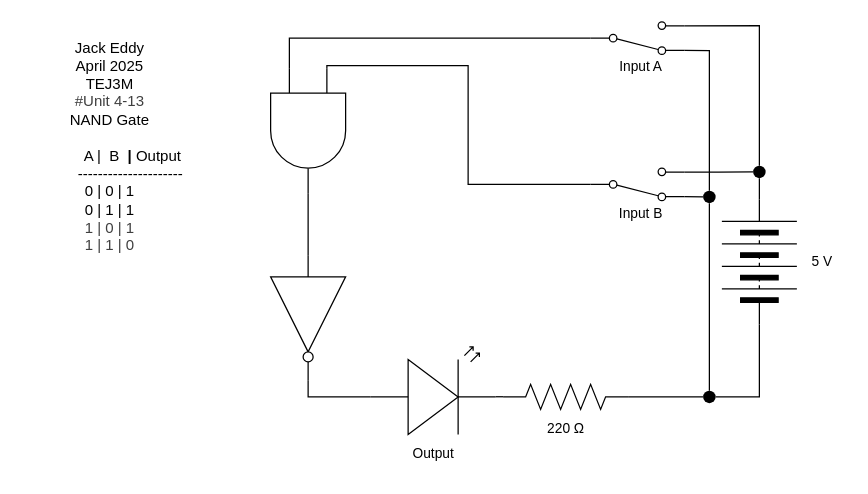
Before: Unit4-13.drawio in Jack-Eddy/TEJ3M-Unit4, a draw.io diagram. Source tidied: cells renumbered, new cells numbered last; positions are measured from the earlier drawing's top-left corner, leaving out a move shared by most shapes. Both pictures are drawn from the tidied source at 125%, with x=0, y=0 at pixel (21, 21).
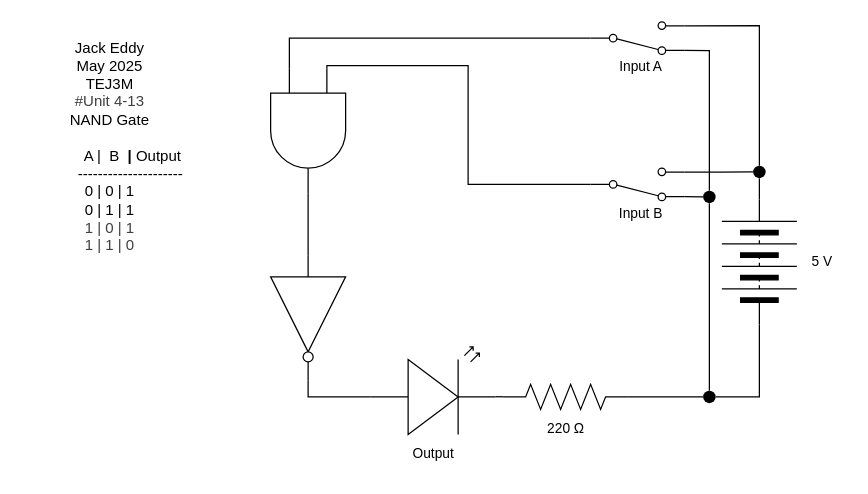
The same diagram, later.

The edit, as a diff of the source:
```diff
@@
-    <mxCell id="24" value="Jack Eddy&lt;div&gt;&lt;font color=&quot;#000000&quot;&gt;April 2025&lt;br&gt;&lt;/font&gt;&lt;div&gt;&lt;span style=&quot;background-color: transparent;&quot;&gt;TEJ3M&lt;/span&gt;&lt;/div&gt;&lt;/div&gt;&lt;div&gt;&lt;div style=&quot;color: rgb(63, 63, 63);&quot;&gt;#Unit 4-13&lt;/div&gt;&lt;/div&gt;&lt;div&gt;NAND Gate&lt;/div&gt;&lt;div&gt;&lt;br&gt;&lt;/div&gt;&lt;div&gt;&amp;nbsp; &amp;nbsp; &amp;nbsp; &amp;nbsp; &amp;nbsp; &amp;nbsp;A |&amp;nbsp; B&amp;nbsp;&amp;nbsp;&lt;b&gt;|&lt;/b&gt; Output&lt;/div&gt;&lt;div&gt;&amp;nbsp; &amp;nbsp; &amp;nbsp; &amp;nbsp; &amp;nbsp; -------&lt;span style=&quot;background-color: transparent;&quot;&gt;--------------&lt;/span&gt;&lt;/div&gt;&lt;div&gt;0 | 0 | 1&lt;/div&gt;&lt;div&gt;0 | 1 | 1&lt;/div&gt;&lt;div&gt;&lt;div style=&quot;color: rgb(63, 63, 63); scrollbar-color: rgb(226, 226, 226) rgb(251, 251, 251);&quot;&gt;1 | 0 | 1&lt;/div&gt;&lt;div style=&quot;color: rgb(63, 63, 63); scrollbar-color: rgb(226, 226, 226) rgb(251, 251, 251);&quot;&gt;1 | 1 | 0&lt;/div&gt;&lt;/div&gt;" style="text;html=1;align=center;verticalAlign=middle;strokeColor=none;fillColor=none;" parent="1" vertex="1">
+    <mxCell id="24" value="Jack Eddy&lt;div&gt;&lt;font color=&quot;#000000&quot;&gt;May 2025&lt;br&gt;&lt;/font&gt;&lt;div&gt;&lt;span style=&quot;background-color: transparent;&quot;&gt;TEJ3M&lt;/span&gt;&lt;/div&gt;&lt;/div&gt;&lt;div&gt;&lt;div style=&quot;color: rgb(63, 63, 63);&quot;&gt;#Unit 4-13&lt;/div&gt;&lt;/div&gt;&lt;div&gt;NAND Gate&lt;/div&gt;&lt;div&gt;&lt;br&gt;&lt;/div&gt;&lt;div&gt;&amp;nbsp; &amp;nbsp; &amp;nbsp; &amp;nbsp; &amp;nbsp; &amp;nbsp;A |&amp;nbsp; B&amp;nbsp;&amp;nbsp;&lt;b&gt;|&lt;/b&gt; Output&lt;/div&gt;&lt;div&gt;&amp;nbsp; &amp;nbsp; &amp;nbsp; &amp;nbsp; &amp;nbsp; -------&lt;span style=&quot;background-color: transparent;&quot;&gt;--------------&lt;/span&gt;&lt;/div&gt;&lt;div&gt;0 | 0 | 1&lt;/div&gt;&lt;div&gt;0 | 1 | 1&lt;/div&gt;&lt;div&gt;&lt;div style=&quot;color: rgb(63, 63, 63); scrollbar-color: rgb(226, 226, 226) rgb(251, 251, 251);&quot;&gt;1 | 0 | 1&lt;/div&gt;&lt;div style=&quot;color: rgb(63, 63, 63); scrollbar-color: rgb(226, 226, 226) rgb(251, 251, 251);&quot;&gt;1 | 1 | 0&lt;/div&gt;&lt;/div&gt;" style="text;html=1;align=center;verticalAlign=middle;strokeColor=none;fillColor=none;" parent="1" vertex="1">
       <mxGeometry y="5" width="140" height="190" as="geometry" />
     </mxCell>
```
